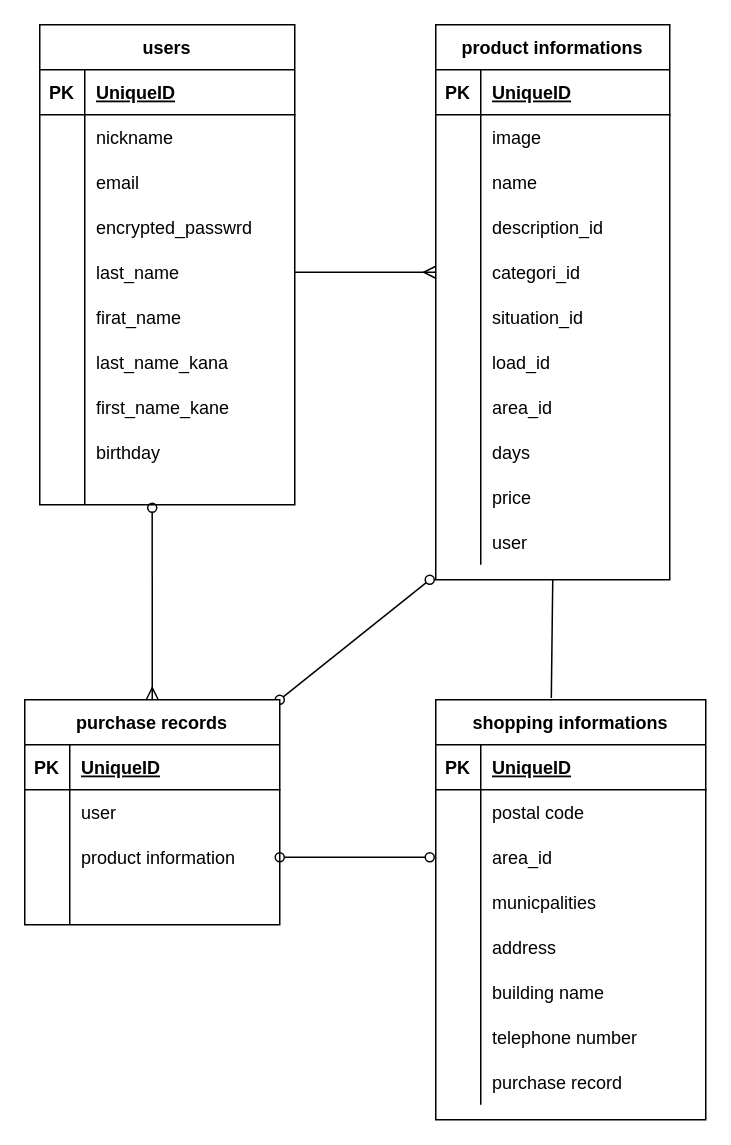
sakamo09/furima-37856 keeps this draw.io diagram as config/test.dio. Above is the earlier version. Source tidied: cells renumbered, new cells numbered last; positions are measured from the earlier drawing's top-left corner, leaving out a move shared by most shapes. Both pictures are drawn from the tidied source at 150%, with x=0, y=0 at pixel (24, 24).
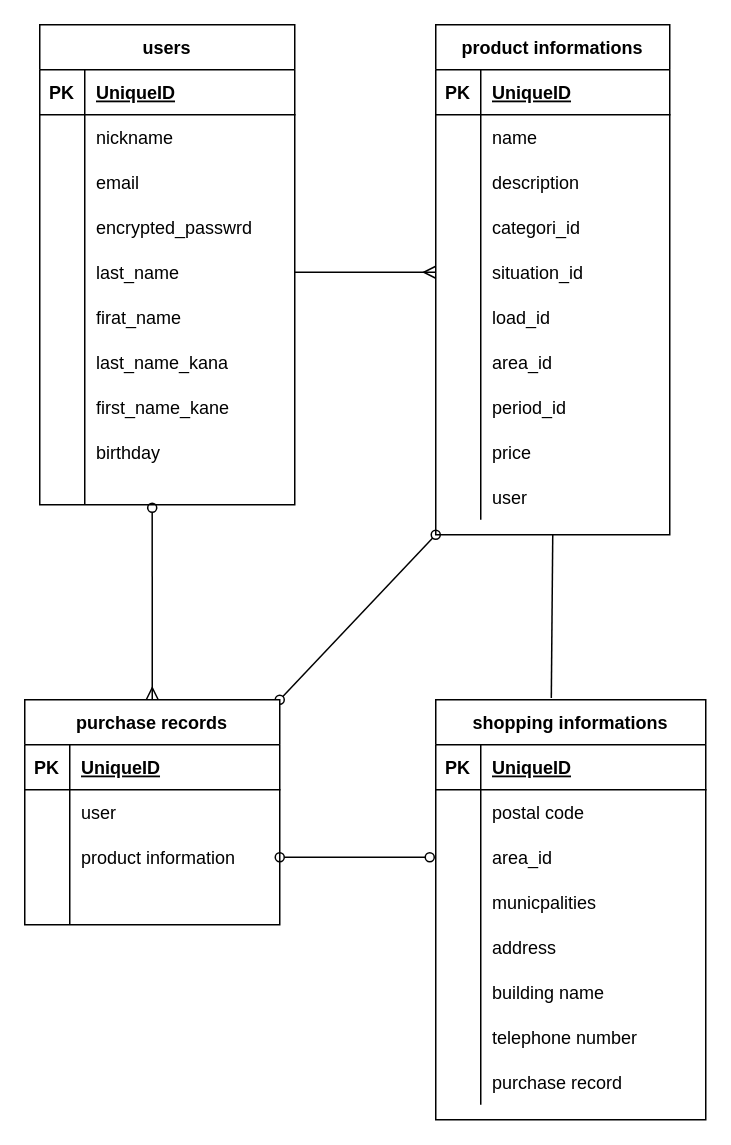
After the change.

Commit message (it also covers changes not shown here):
ER図とREADMEの修正②

The change refers to these unchanged cells:
```xml
<mxCell id="15" style="shape=partialRectangle;fillColor=none;top=0;left=0;bottom=0;right=0;points=[[0,0.5],[1,0.5]];portConstraint=eastwest;" parent="2" vertex="1">
  <mxGeometry y="150" width="170" height="30" as="geometry" />
</mxCell>
<mxCell id="70" value="purchase records" style="shape=table;startSize=30;childLayout=tableLayout;rowLines=0;fontStyle=1;align=center;" parent="1" vertex="1">
  <mxGeometry y="450" width="170" height="150" as="geometry" />
</mxCell>
```

Change to the diagram source:
```diff
@@
     <mxCell id="34" value="product informations" style="shape=table;startSize=30;childLayout=tableLayout;rowLines=0;fontStyle=1;align=center;" parent="1" vertex="1">
-      <mxGeometry x="274" width="156" height="370" as="geometry" />
+      <mxGeometry x="274" width="156" height="340" as="geometry" />
     </mxCell>
@@
-    <mxCell id="38" style="shape=partialRectangle;fillColor=none;top=0;left=0;bottom=0;right=0;" parent="34" vertex="1">
-      <mxGeometry y="60" width="156" height="30" as="geometry" />
-    </mxCell>
-    <mxCell id="39" style="shape=partialRectangle;fillColor=none;top=0;left=0;bottom=0;right=0;overflow=hidden;" parent="38" vertex="1">
-      <mxGeometry width="30" height="30" as="geometry" />
-    </mxCell>
-    <mxCell id="40" value="image" style="shape=partialRectangle;fillColor=none;top=0;left=0;bottom=0;right=0;align=left;spacingLeft=6;overflow=hidden;" parent="38" vertex="1">
-      <mxGeometry x="30" width="126" height="30" as="geometry" />
-    </mxCell>
     <mxCell id="41" style="shape=partialRectangle;fillColor=none;top=0;left=0;bottom=0;right=0;" parent="34" vertex="1">
-      <mxGeometry y="90" width="156" height="30" as="geometry" />
+      <mxGeometry y="60" width="156" height="30" as="geometry" />
     </mxCell>
@@
     <mxCell id="44" style="shape=partialRectangle;fillColor=none;top=0;left=0;bottom=0;right=0;" parent="34" vertex="1">
-      <mxGeometry y="120" width="156" height="30" as="geometry" />
+      <mxGeometry y="90" width="156" height="30" as="geometry" />
     </mxCell>
@@
-    <mxCell id="46" value="description_id" style="shape=partialRectangle;fillColor=none;top=0;left=0;bottom=0;right=0;align=left;spacingLeft=6;overflow=hidden;" parent="44" vertex="1">
+    <mxCell id="46" value="description" style="shape=partialRectangle;fillColor=none;top=0;left=0;bottom=0;right=0;align=left;spacingLeft=6;overflow=hidden;" parent="44" vertex="1">
       <mxGeometry x="30" width="126" height="30" as="geometry" />
     </mxCell>
     <mxCell id="47" style="shape=partialRectangle;fillColor=none;top=0;left=0;bottom=0;right=0;points=[[0,0.5],[1,0.5]];portConstraint=eastwest;" parent="34" vertex="1">
-      <mxGeometry y="150" width="156" height="30" as="geometry" />
+      <mxGeometry y="120" width="156" height="30" as="geometry" />
     </mxCell>
@@
     <mxCell id="50" style="shape=partialRectangle;fillColor=none;top=0;left=0;bottom=0;right=0;points=[[0,0.5],[1,0.5]];portConstraint=eastwest;" parent="34" vertex="1">
-      <mxGeometry y="180" width="156" height="30" as="geometry" />
+      <mxGeometry y="150" width="156" height="30" as="geometry" />
     </mxCell>
@@
     <mxCell id="53" style="shape=partialRectangle;fillColor=none;top=0;left=0;bottom=0;right=0;" parent="34" vertex="1">
-      <mxGeometry y="210" width="156" height="30" as="geometry" />
+      <mxGeometry y="180" width="156" height="30" as="geometry" />
     </mxCell>
@@
     <mxCell id="56" style="shape=partialRectangle;fillColor=none;top=0;left=0;bottom=0;right=0;" parent="34" vertex="1">
-      <mxGeometry y="240" width="156" height="30" as="geometry" />
+      <mxGeometry y="210" width="156" height="30" as="geometry" />
     </mxCell>
@@
     <mxCell id="59" style="shape=partialRectangle;fillColor=none;top=0;left=0;bottom=0;right=0;" parent="34" vertex="1">
-      <mxGeometry y="270" width="156" height="30" as="geometry" />
+      <mxGeometry y="240" width="156" height="30" as="geometry" />
     </mxCell>
@@
-    <mxCell id="61" value="days" style="shape=partialRectangle;fillColor=none;top=0;left=0;bottom=0;right=0;align=left;spacingLeft=6;overflow=hidden;" parent="59" vertex="1">
+    <mxCell id="61" value="period_id" style="shape=partialRectangle;fillColor=none;top=0;left=0;bottom=0;right=0;align=left;spacingLeft=6;overflow=hidden;" parent="59" vertex="1">
       <mxGeometry x="30" width="126" height="30" as="geometry" />
     </mxCell>
     <mxCell id="62" style="shape=partialRectangle;fillColor=none;top=0;left=0;bottom=0;right=0;" parent="34" vertex="1">
-      <mxGeometry y="300" width="156" height="30" as="geometry" />
+      <mxGeometry y="270" width="156" height="30" as="geometry" />
     </mxCell>
@@
     <mxCell id="65" style="shape=partialRectangle;fillColor=none;top=0;left=0;bottom=0;right=0;" parent="34" vertex="1">
-      <mxGeometry y="330" width="156" height="30" as="geometry" />
+      <mxGeometry y="300" width="156" height="30" as="geometry" />
     </mxCell>
@@
-    <mxCell id="69" style="edgeStyle=none;html=1;exitX=1;exitY=0;exitDx=0;exitDy=0;startArrow=oval;startFill=0;endArrow=oval;endFill=0;" parent="1" edge="1" source="70">
-      <mxGeometry relative="1" as="geometry">
-        <mxPoint x="270" y="370" as="targetPoint" />
-      </mxGeometry>
+    <mxCell id="69" style="edgeStyle=none;html=1;exitX=1;exitY=0;exitDx=0;exitDy=0;startArrow=oval;startFill=0;endArrow=oval;endFill=0;entryX=0;entryY=1;entryDx=0;entryDy=0;" parent="1" edge="1" source="70" target="34">
+      <mxGeometry relative="1" as="geometry" />
     </mxCell>
@@
-    <mxCell id="109" style="edgeStyle=none;html=1;exitX=0;exitY=0.5;exitDx=0;exitDy=0;entryX=1;entryY=0.5;entryDx=0;entryDy=0;startArrow=ERmany;startFill=0;endArrow=none;endFill=0;" parent="1" edge="1" source="47" target="15">
+    <mxCell id="109" style="edgeStyle=none;html=1;exitX=0;exitY=0.5;exitDx=0;exitDy=0;entryX=1;entryY=0.5;entryDx=0;entryDy=0;startArrow=ERmany;startFill=0;endArrow=none;endFill=0;" parent="1" edge="1" source="50" target="15">
       <mxGeometry relative="1" as="geometry" />
     </mxCell>
```
